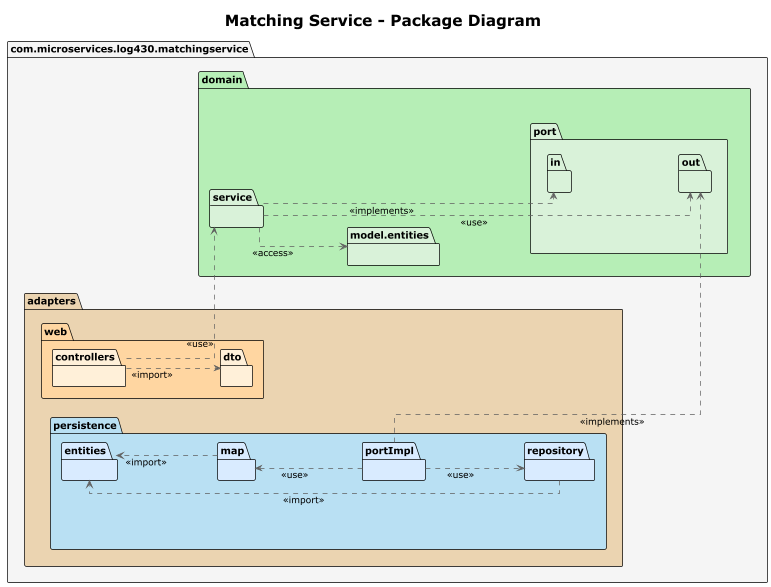
Earlier version of the PlantUML export docs/architecture/4+1/developmentView/packageDiagram_matching-service.png (Hugo-12341234/BrokerX_MicroServices).
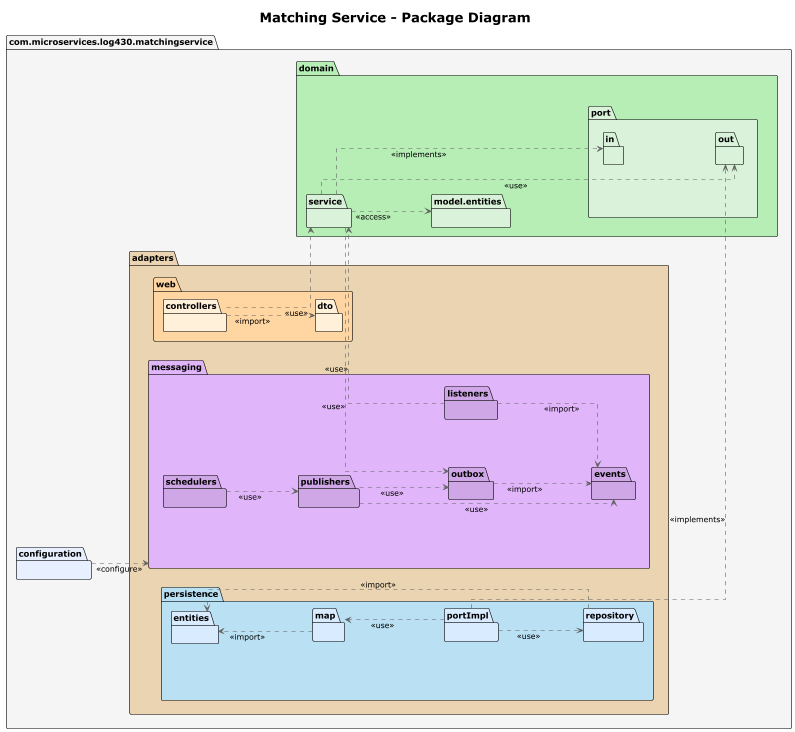
The same file after the commit.

Change to the diagram source:
```diff
@@ -21,6 +21,13 @@
       package "portImpl" as persistPortImplPkg #D9EBFF {}
       package "repository" as persistRepoPkg #D9EBFF {}
     }
+    package "messaging" as messagingPkg #E1B5FA {
+      package "listeners" as messagingListenerPkg #CFA6E6 {}
+      package "publishers" as messagingPublisherPkg #CFA6E6 {}
+      package "events" as messagingEventPkg #CFA6E6 {}
+      package "outbox" as messagingOutboxPkg #CFA6E6 {}
+      package "schedulers" as messagingSchedulerPkg #CFA6E6 {}
+    }
   }
   package "domain" as domainPkg #B6EEB6 {
     package "model.entities" as domModelPkg #D9F2D9 {}
@@ -30,6 +37,7 @@
     }
     package "service" as domSvcPkg #D9F2D9 {}
   }
+  package "configuration" as configPkg #E8F0FF {}
 }
 webCtrlPkg ..> webDtoPkg : <<import>>
 webCtrlPkg ..> domSvcPkg : <<use>>
@@ -47,4 +55,14 @@
 persistPortImplPkg -[hidden]-> persistRepoPkg
 domModelPkg -[hidden]-> domPortPkg
 domPortInPkg -[hidden]-> domPortOutPkg
+
+messagingListenerPkg ..> domSvcPkg : <<use>>
+messagingListenerPkg ..> messagingEventPkg : <<import>>
+messagingPublisherPkg ..> messagingEventPkg : <<use>>
+domSvcPkg ..> messagingOutboxPkg : <<use>>
+messagingPublisherPkg ..> messagingOutboxPkg : <<use>>
+messagingSchedulerPkg ..> messagingPublisherPkg : <<use>>
+messagingOutboxPkg ..> messagingEventPkg : <<import>>
+
+configPkg ..> messagingPkg : <<configure>>
 @enduml
```
